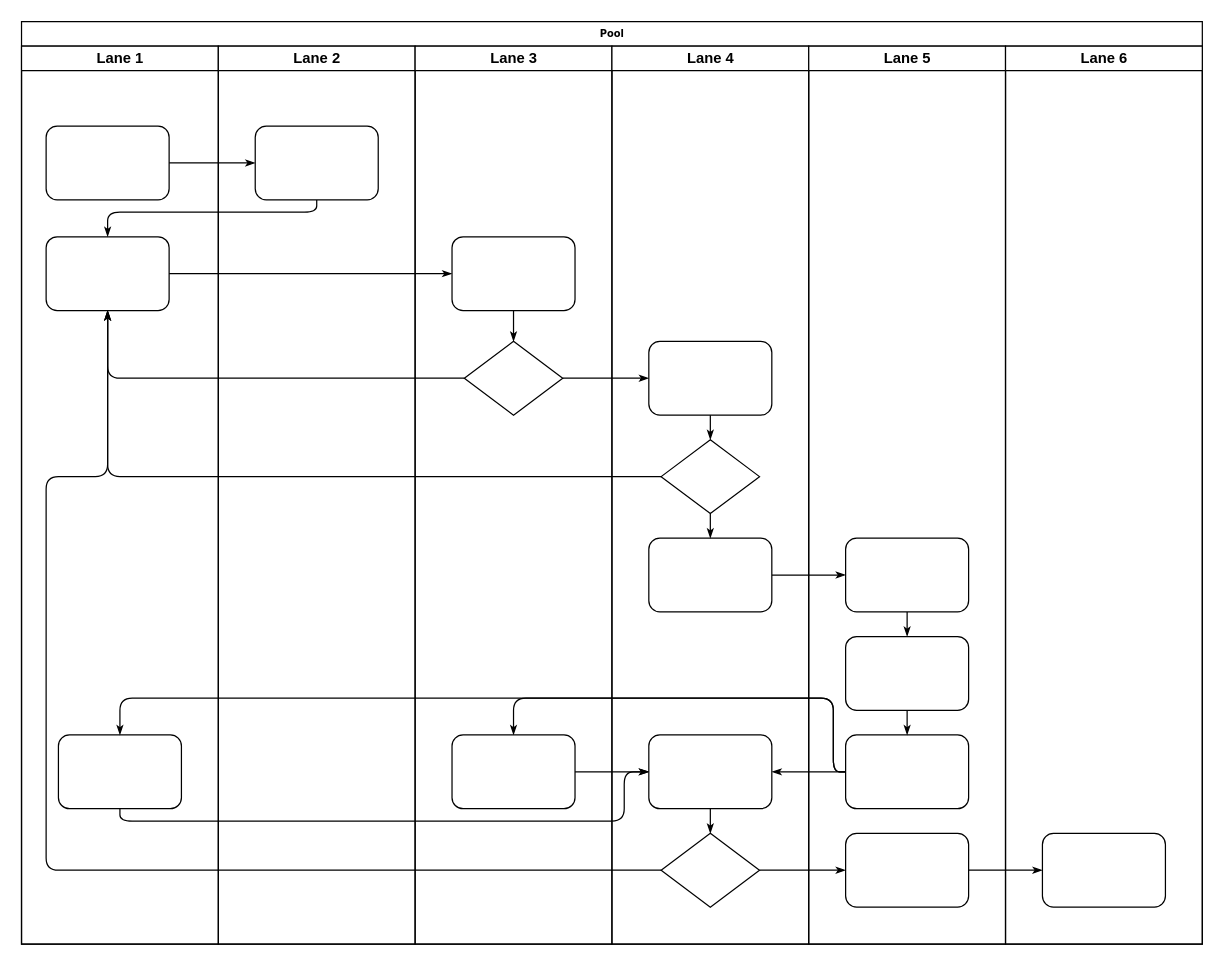
cjfff/diagrams keeps this draw.io diagram as timing-diagram/Untitled Diagram.drawio. Above is the earlier version. Source tidied: cells renumbered, new cells numbered last; positions are measured from the earlier drawing's top-left corner, leaving out a move shared by most shapes. Both pictures are drawn from the tidied source at 123%, with x=0, y=0 at pixel (21, 21).
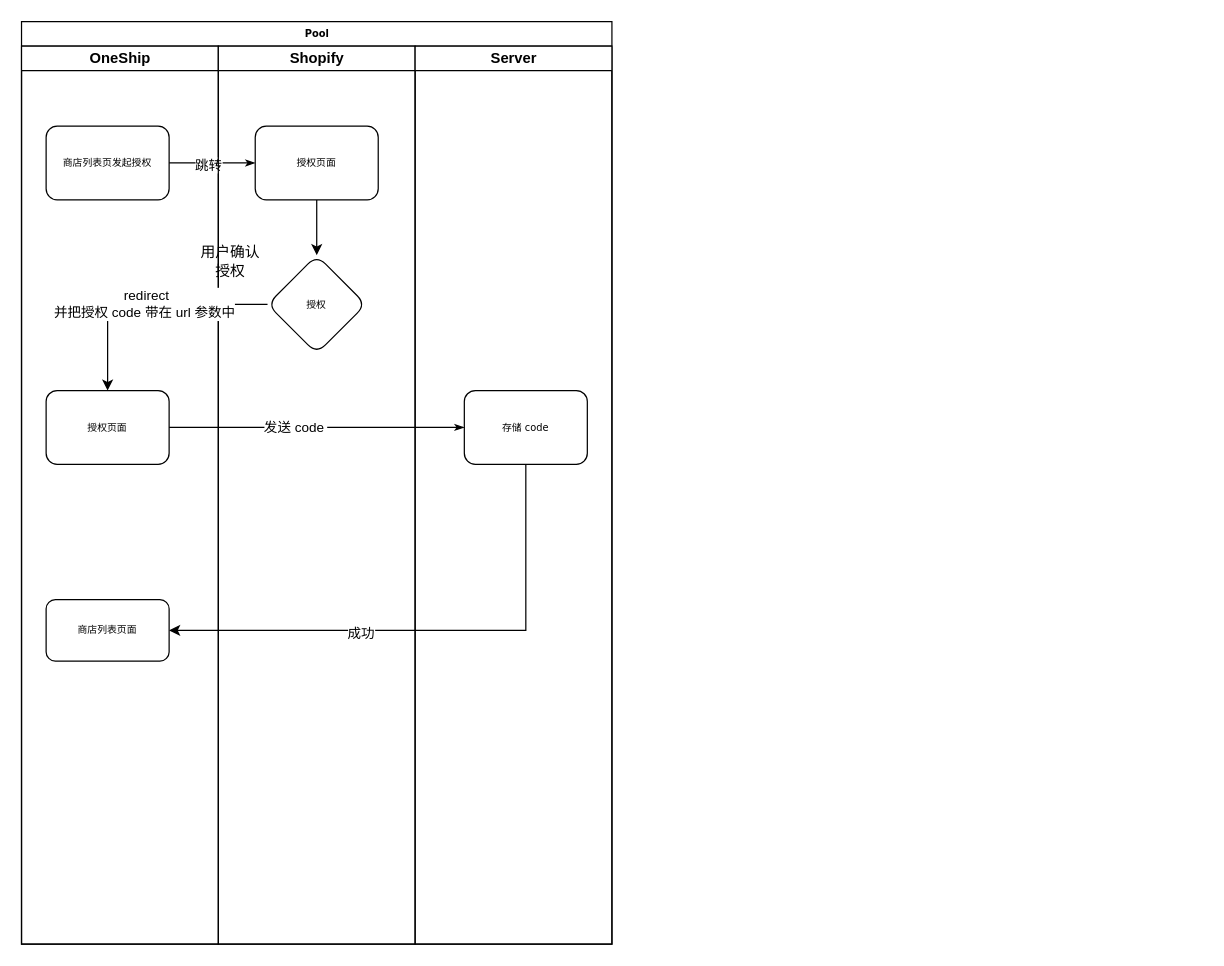
Above is the later version.

Commit message:
OneShipAuth2Shopify

Unchanged cells that the change refers to:
```xml
<mxCell id="7" style="edgeStyle=orthogonalEdgeStyle;rounded=1;html=1;labelBackgroundColor=none;startArrow=none;startFill=0;startSize=5;endArrow=classicThin;endFill=1;endSize=5;jettySize=auto;strokeWidth=1;fontFamily=Verdana;fontSize=8;" parent="2" edge="1" source="4" target="23">
  <mxGeometry relative="1" as="geometry" />
</mxCell>
<mxCell id="9" style="edgeStyle=orthogonalEdgeStyle;rounded=1;html=1;labelBackgroundColor=none;startArrow=none;startFill=0;startSize=5;endArrow=classicThin;endFill=1;endSize=5;jettySize=auto;strokeWidth=1;fontFamily=Verdana;fontSize=8;" parent="2" edge="1" source="5" target="25">
  <mxGeometry relative="1" as="geometry" />
</mxCell>
```

Change to the diagram source:
```diff
@@
     <mxCell id="2" value="Pool" style="swimlane;html=1;startSize=20;rounded=0;shadow=0;labelBackgroundColor=none;strokeWidth=1;fontFamily=Verdana;fontSize=8;align=center;" parent="1" vertex="1">
-      <mxGeometry width="960" height="750" as="geometry" />
+      <mxGeometry width="480" height="750" as="geometry" />
     </mxCell>
-    <mxCell id="3" value="Lane 1" style="swimlane;html=1;startSize=20;" parent="2" vertex="1">
+    <mxCell id="3" value="OneShip" style="swimlane;html=1;startSize=20;" parent="2" vertex="1">
       <mxGeometry y="20" width="160" height="730" as="geometry" />
     </mxCell>
-    <mxCell id="4" style="rounded=1;whiteSpace=wrap;html=1;shadow=0;labelBackgroundColor=none;strokeWidth=1;fontFamily=Verdana;fontSize=8;align=center;" parent="3" vertex="1">
+    <mxCell id="4" value="商店列表页发起授权" style="rounded=1;whiteSpace=wrap;html=1;shadow=0;labelBackgroundColor=none;strokeWidth=1;fontFamily=Verdana;fontSize=8;align=center;" parent="3" vertex="1">
       <mxGeometry x="20" y="65" width="100" height="60" as="geometry" />
     </mxCell>
-    <mxCell id="5" style="rounded=1;whiteSpace=wrap;html=1;shadow=0;labelBackgroundColor=none;strokeWidth=1;fontFamily=Verdana;fontSize=8;align=center;" parent="3" vertex="1">
-      <mxGeometry x="20" y="155" width="100" height="60" as="geometry" />
+    <mxCell id="5" value="授权页面" style="rounded=1;whiteSpace=wrap;html=1;shadow=0;labelBackgroundColor=none;strokeWidth=1;fontFamily=Verdana;fontSize=8;align=center;" parent="3" vertex="1">
+      <mxGeometry x="20" y="280" width="100" height="60" as="geometry" />
     </mxCell>
-    <mxCell id="6" style="rounded=1;whiteSpace=wrap;html=1;shadow=0;labelBackgroundColor=none;strokeWidth=1;fontFamily=Verdana;fontSize=8;align=center;" parent="3" vertex="1">
-      <mxGeometry x="30" y="560" width="100" height="60" as="geometry" />
-    </mxCell>
+    <mxCell id="47" value="商店列表页面" style="whiteSpace=wrap;html=1;rounded=1;shadow=0;fontFamily=Verdana;fontSize=8;strokeWidth=1;" parent="3" vertex="1">
+      <mxGeometry x="20" y="450" width="100" height="50" as="geometry" />
+    </mxCell>
@@
-    <mxCell id="8" style="edgeStyle=orthogonalEdgeStyle;rounded=1;html=1;labelBackgroundColor=none;startArrow=none;startFill=0;startSize=5;endArrow=classicThin;endFill=1;endSize=5;jettySize=auto;strokeWidth=1;fontFamily=Verdana;fontSize=8;" parent="2" edge="1" source="23" target="5">
-      <mxGeometry relative="1" as="geometry">
-        <Array as="points">
-          <mxPoint x="240" y="155" />
-          <mxPoint x="70" y="155" />
-        </Array>
-      </mxGeometry>
-    </mxCell>
+    <mxCell id="48" value="跳转" style="edgeLabel;html=1;align=center;verticalAlign=middle;" parent="7" vertex="1">
+      <mxGeometry x="-0.11" y="-1" relative="1" as="geometry" />
+    </mxCell>
@@
-    <mxCell id="10" style="edgeStyle=orthogonalEdgeStyle;rounded=1;html=1;labelBackgroundColor=none;startArrow=none;startFill=0;startSize=5;endArrow=classicThin;endFill=1;endSize=5;jettySize=auto;strokeWidth=1;fontFamily=Verdana;fontSize=8;" parent="2" edge="1" source="26" target="5">
-      <mxGeometry relative="1" as="geometry" />
-    </mxCell>
-    <mxCell id="11" style="edgeStyle=orthogonalEdgeStyle;rounded=1;html=1;labelBackgroundColor=none;startArrow=none;startFill=0;startSize=5;endArrow=classicThin;endFill=1;endSize=5;jettySize=auto;strokeWidth=1;fontFamily=Verdana;fontSize=8;" parent="2" edge="1" source="31" target="5">
-      <mxGeometry relative="1" as="geometry" />
-    </mxCell>
-    <mxCell id="12" style="edgeStyle=orthogonalEdgeStyle;rounded=1;html=1;labelBackgroundColor=none;startArrow=none;startFill=0;startSize=5;endArrow=classicThin;endFill=1;endSize=5;jettySize=auto;strokeWidth=1;fontFamily=Verdana;fontSize=8;" parent="2" edge="1" source="34" target="5">
-      <mxGeometry relative="1" as="geometry">
-        <Array as="points">
-          <mxPoint x="20" y="690" />
-          <mxPoint x="20" y="370" />
-          <mxPoint x="70" y="370" />
-        </Array>
-      </mxGeometry>
-    </mxCell>
-    <mxCell id="13" style="edgeStyle=orthogonalEdgeStyle;rounded=1;html=1;labelBackgroundColor=none;startArrow=none;startFill=0;startSize=5;endArrow=classicThin;endFill=1;endSize=5;jettySize=auto;strokeWidth=1;fontFamily=Verdana;fontSize=8;" parent="2" edge="1" source="26" target="30">
-      <mxGeometry relative="1" as="geometry" />
-    </mxCell>
-    <mxCell id="14" style="edgeStyle=orthogonalEdgeStyle;rounded=1;html=1;labelBackgroundColor=none;startArrow=none;startFill=0;startSize=5;endArrow=classicThin;endFill=1;endSize=5;jettySize=auto;strokeWidth=1;fontFamily=Verdana;fontSize=8;" parent="2" edge="1" source="34" target="42">
-      <mxGeometry relative="1" as="geometry" />
-    </mxCell>
-    <mxCell id="15" style="edgeStyle=orthogonalEdgeStyle;rounded=1;html=1;labelBackgroundColor=none;startArrow=none;startFill=0;startSize=5;endArrow=classicThin;endFill=1;endSize=5;jettySize=auto;strokeWidth=1;fontFamily=Verdana;fontSize=8;" parent="2" edge="1" source="42" target="46">
-      <mxGeometry relative="1" as="geometry" />
-    </mxCell>
-    <mxCell id="16" style="edgeStyle=orthogonalEdgeStyle;rounded=1;html=1;labelBackgroundColor=none;startArrow=none;startFill=0;startSize=5;endArrow=classicThin;endFill=1;endSize=5;jettySize=auto;strokeWidth=1;fontFamily=Verdana;fontSize=8;" parent="2" edge="1" source="32" target="39">
-      <mxGeometry relative="1" as="geometry" />
-    </mxCell>
-    <mxCell id="17" style="edgeStyle=orthogonalEdgeStyle;rounded=1;html=1;labelBackgroundColor=none;startArrow=none;startFill=0;startSize=5;endArrow=classicThin;endFill=1;endSize=5;jettySize=auto;strokeWidth=1;fontFamily=Verdana;fontSize=8;" parent="2" edge="1" source="41" target="27">
-      <mxGeometry relative="1" as="geometry">
-        <Array as="points">
-          <mxPoint x="660" y="610" />
-          <mxPoint x="660" y="550" />
-          <mxPoint x="400" y="550" />
-        </Array>
-      </mxGeometry>
-    </mxCell>
-    <mxCell id="18" style="edgeStyle=orthogonalEdgeStyle;rounded=1;html=1;labelBackgroundColor=none;startArrow=none;startFill=0;startSize=5;endArrow=classicThin;endFill=1;endSize=5;jettySize=auto;strokeColor=#000000;strokeWidth=1;fontFamily=Verdana;fontSize=8;fontColor=#000000;" parent="2" edge="1" source="41" target="33">
-      <mxGeometry relative="1" as="geometry" />
-    </mxCell>
-    <mxCell id="19" style="edgeStyle=orthogonalEdgeStyle;rounded=1;html=1;labelBackgroundColor=none;startArrow=none;startFill=0;startSize=5;endArrow=classicThin;endFill=1;endSize=5;jettySize=auto;strokeWidth=1;fontFamily=Verdana;fontSize=8;" parent="2" edge="1" source="41" target="6">
-      <mxGeometry relative="1" as="geometry">
-        <Array as="points">
-          <mxPoint x="660" y="610" />
-          <mxPoint x="660" y="550" />
-          <mxPoint x="80" y="550" />
-        </Array>
-      </mxGeometry>
-    </mxCell>
-    <mxCell id="20" style="edgeStyle=orthogonalEdgeStyle;rounded=1;html=1;labelBackgroundColor=none;startArrow=none;startFill=0;startSize=5;endArrow=classicThin;endFill=1;endSize=5;jettySize=auto;strokeWidth=1;fontFamily=Verdana;fontSize=8;" parent="2" edge="1" source="6" target="33">
-      <mxGeometry relative="1" as="geometry">
-        <Array as="points">
-          <mxPoint x="80" y="650" />
-          <mxPoint x="490" y="650" />
-          <mxPoint x="490" y="610" />
-        </Array>
-      </mxGeometry>
-    </mxCell>
-    <mxCell id="21" style="edgeStyle=orthogonalEdgeStyle;rounded=1;html=1;labelBackgroundColor=none;startArrow=none;startFill=0;startSize=5;endArrow=classicThin;endFill=1;endSize=5;jettySize=auto;strokeWidth=1;fontFamily=Verdana;fontSize=8;" parent="2" edge="1" source="27" target="33">
-      <mxGeometry relative="1" as="geometry" />
-    </mxCell>
+    <mxCell id="49" value="发送 code&amp;nbsp;" style="edgeLabel;html=1;align=center;verticalAlign=middle;" parent="9" vertex="1">
+      <mxGeometry x="-0.15" y="1" relative="1" as="geometry" />
+    </mxCell>
-    <mxCell id="22" value="Lane 2" style="swimlane;html=1;startSize=20;" parent="2" vertex="1">
+    <mxCell id="22" value="Shopify" style="swimlane;html=1;startSize=20;" parent="2" vertex="1">
       <mxGeometry x="160" y="20" width="160" height="730" as="geometry" />
     </mxCell>
-    <mxCell id="23" style="rounded=1;whiteSpace=wrap;html=1;shadow=0;labelBackgroundColor=none;strokeWidth=1;fontFamily=Verdana;fontSize=8;align=center;" parent="22" vertex="1">
+    <mxCell id="23" value="授权页面" style="rounded=1;whiteSpace=wrap;html=1;shadow=0;labelBackgroundColor=none;strokeWidth=1;fontFamily=Verdana;fontSize=8;align=center;" parent="22" vertex="1">
       <mxGeometry x="30" y="65" width="100" height="60" as="geometry" />
     </mxCell>
+    <mxCell id="50" value="授权" style="rhombus;whiteSpace=wrap;html=1;rounded=1;shadow=0;fontFamily=Verdana;fontSize=8;strokeWidth=1;" parent="22" vertex="1">
+      <mxGeometry x="40" y="170" width="80" height="80" as="geometry" />
+    </mxCell>
+    <mxCell id="51" style="edgeStyle=orthogonalEdgeStyle;rounded=0;jettySize=auto;html=1;" parent="22" edge="1" source="23" target="50">
+      <mxGeometry relative="1" as="geometry" />
+    </mxCell>
+    <mxCell id="52" value="用户确认授权" style="text;html=1;strokeColor=none;fillColor=none;align=center;verticalAlign=middle;whiteSpace=wrap;rounded=0;" parent="22" vertex="1">
+      <mxGeometry x="-20" y="160" width="60" height="30" as="geometry" />
+    </mxCell>
-    <mxCell id="24" value="Lane 3" style="swimlane;html=1;startSize=20;" parent="2" vertex="1">
+    <mxCell id="24" value="Server" style="swimlane;html=1;startSize=20;" parent="2" vertex="1">
       <mxGeometry x="320" y="20" width="160" height="730" as="geometry" />
     </mxCell>
-    <mxCell id="25" style="rounded=1;whiteSpace=wrap;html=1;shadow=0;labelBackgroundColor=none;strokeWidth=1;fontFamily=Verdana;fontSize=8;align=center;" parent="24" vertex="1">
-      <mxGeometry x="30" y="155" width="100" height="60" as="geometry" />
+    <mxCell id="25" value="存储 code" style="rounded=1;whiteSpace=wrap;html=1;shadow=0;labelBackgroundColor=none;strokeWidth=1;fontFamily=Verdana;fontSize=8;align=center;" parent="24" vertex="1">
+      <mxGeometry x="40" y="280" width="100" height="60" as="geometry" />
     </mxCell>
-    <mxCell id="26" style="rhombus;whiteSpace=wrap;html=1;rounded=0;shadow=0;labelBackgroundColor=none;strokeWidth=1;fontFamily=Verdana;fontSize=8;align=center;" parent="24" vertex="1">
-      <mxGeometry x="40" y="240" width="80" height="60" as="geometry" />
-    </mxCell>
-    <mxCell id="27" style="rounded=1;whiteSpace=wrap;html=1;shadow=0;labelBackgroundColor=none;strokeWidth=1;fontFamily=Verdana;fontSize=8;align=center;" parent="24" vertex="1">
-      <mxGeometry x="30" y="560" width="100" height="60" as="geometry" />
-    </mxCell>
-    <mxCell id="28" style="edgeStyle=orthogonalEdgeStyle;rounded=1;html=1;labelBackgroundColor=none;startArrow=none;startFill=0;startSize=5;endArrow=classicThin;endFill=1;endSize=5;jettySize=auto;strokeWidth=1;fontFamily=Verdana;fontSize=8;" parent="24" edge="1" source="25" target="26">
-      <mxGeometry relative="1" as="geometry" />
-    </mxCell>
-    <mxCell id="29" value="Lane 4" style="swimlane;html=1;startSize=20;" parent="2" vertex="1">
-      <mxGeometry x="480" y="20" width="160" height="730" as="geometry" />
-    </mxCell>
-    <mxCell id="30" style="rounded=1;whiteSpace=wrap;html=1;shadow=0;labelBackgroundColor=none;strokeWidth=1;fontFamily=Verdana;fontSize=8;align=center;" parent="29" vertex="1">
-      <mxGeometry x="30" y="240" width="100" height="60" as="geometry" />
-    </mxCell>
-    <mxCell id="31" style="rhombus;whiteSpace=wrap;html=1;rounded=0;shadow=0;labelBackgroundColor=none;strokeWidth=1;fontFamily=Verdana;fontSize=8;align=center;" parent="29" vertex="1">
-      <mxGeometry x="40" y="320" width="80" height="60" as="geometry" />
-    </mxCell>
-    <mxCell id="32" style="rounded=1;whiteSpace=wrap;html=1;shadow=0;labelBackgroundColor=none;strokeWidth=1;fontFamily=Verdana;fontSize=8;align=center;" parent="29" vertex="1">
-      <mxGeometry x="30" y="400" width="100" height="60" as="geometry" />
-    </mxCell>
-    <mxCell id="33" style="rounded=1;whiteSpace=wrap;html=1;shadow=0;labelBackgroundColor=none;strokeWidth=1;fontFamily=Verdana;fontSize=8;align=center;" parent="29" vertex="1">
-      <mxGeometry x="30" y="560" width="100" height="60" as="geometry" />
-    </mxCell>
-    <mxCell id="34" style="rhombus;whiteSpace=wrap;html=1;rounded=0;shadow=0;labelBackgroundColor=none;strokeWidth=1;fontFamily=Verdana;fontSize=8;align=center;" parent="29" vertex="1">
-      <mxGeometry x="40" y="640" width="80" height="60" as="geometry" />
-    </mxCell>
-    <mxCell id="35" style="edgeStyle=orthogonalEdgeStyle;rounded=1;html=1;labelBackgroundColor=none;startArrow=none;startFill=0;startSize=5;endArrow=classicThin;endFill=1;endSize=5;jettySize=auto;strokeColor=#000000;strokeWidth=1;fontFamily=Verdana;fontSize=8;fontColor=#000000;" parent="29" edge="1" source="30" target="31">
-      <mxGeometry relative="1" as="geometry" />
-    </mxCell>
-    <mxCell id="36" style="edgeStyle=orthogonalEdgeStyle;rounded=1;html=1;labelBackgroundColor=none;startArrow=none;startFill=0;startSize=5;endArrow=classicThin;endFill=1;endSize=5;jettySize=auto;strokeWidth=1;fontFamily=Verdana;fontSize=8;" parent="29" edge="1" source="31" target="32">
-      <mxGeometry relative="1" as="geometry" />
-    </mxCell>
-    <mxCell id="37" style="edgeStyle=orthogonalEdgeStyle;rounded=1;html=1;labelBackgroundColor=none;startArrow=none;startFill=0;startSize=5;endArrow=classicThin;endFill=1;endSize=5;jettySize=auto;strokeWidth=1;fontFamily=Verdana;fontSize=8;" parent="29" edge="1" source="33" target="34">
-      <mxGeometry relative="1" as="geometry" />
-    </mxCell>
-    <mxCell id="38" value="Lane 5" style="swimlane;html=1;startSize=20;" parent="2" vertex="1">
-      <mxGeometry x="640" y="20" width="160" height="730" as="geometry" />
-    </mxCell>
-    <mxCell id="39" style="rounded=1;whiteSpace=wrap;html=1;shadow=0;labelBackgroundColor=none;strokeWidth=1;fontFamily=Verdana;fontSize=8;align=center;" parent="38" vertex="1">
-      <mxGeometry x="30" y="400" width="100" height="60" as="geometry" />
-    </mxCell>
-    <mxCell id="40" style="rounded=1;whiteSpace=wrap;html=1;shadow=0;labelBackgroundColor=none;strokeWidth=1;fontFamily=Verdana;fontSize=8;align=center;" parent="38" vertex="1">
-      <mxGeometry x="30" y="480" width="100" height="60" as="geometry" />
-    </mxCell>
-    <mxCell id="41" style="rounded=1;whiteSpace=wrap;html=1;shadow=0;labelBackgroundColor=none;strokeWidth=1;fontFamily=Verdana;fontSize=8;align=center;" parent="38" vertex="1">
-      <mxGeometry x="30" y="560" width="100" height="60" as="geometry" />
-    </mxCell>
-    <mxCell id="42" style="rounded=1;whiteSpace=wrap;html=1;shadow=0;labelBackgroundColor=none;strokeWidth=1;fontFamily=Verdana;fontSize=8;align=center;" parent="38" vertex="1">
-      <mxGeometry x="30" y="640" width="100" height="60" as="geometry" />
-    </mxCell>
-    <mxCell id="43" style="edgeStyle=orthogonalEdgeStyle;rounded=1;html=1;labelBackgroundColor=none;startArrow=none;startFill=0;startSize=5;endArrow=classicThin;endFill=1;endSize=5;jettySize=auto;strokeWidth=1;fontFamily=Verdana;fontSize=8;" parent="38" edge="1" source="39" target="40">
-      <mxGeometry relative="1" as="geometry" />
-    </mxCell>
-    <mxCell id="44" style="edgeStyle=orthogonalEdgeStyle;rounded=1;html=1;labelBackgroundColor=none;startArrow=none;startFill=0;startSize=5;endArrow=classicThin;endFill=1;endSize=5;jettySize=auto;strokeWidth=1;fontFamily=Verdana;fontSize=8;" parent="38" edge="1" source="40" target="41">
-      <mxGeometry relative="1" as="geometry" />
-    </mxCell>
-    <mxCell id="45" value="Lane 6" style="swimlane;html=1;startSize=20;" parent="2" vertex="1">
-      <mxGeometry x="800" y="20" width="160" height="730" as="geometry" />
-    </mxCell>
-    <mxCell id="46" style="rounded=1;whiteSpace=wrap;html=1;shadow=0;labelBackgroundColor=none;strokeWidth=1;fontFamily=Verdana;fontSize=8;align=center;" parent="45" vertex="1">
-      <mxGeometry x="30" y="640" width="100" height="60" as="geometry" />
-    </mxCell>
+    <mxCell id="53" value="&amp;nbsp;redirect &lt;br&gt;并把授权 code 带在 url 参数中" style="edgeStyle=orthogonalEdgeStyle;rounded=0;jettySize=auto;html=1;exitX=0;exitY=0.5;exitDx=0;exitDy=0;" parent="2" edge="1" source="50" target="5">
+      <mxGeometry relative="1" as="geometry" />
+    </mxCell>
+    <mxCell id="54" style="edgeStyle=orthogonalEdgeStyle;rounded=0;jettySize=auto;html=1;exitX=0.5;exitY=1;exitDx=0;exitDy=0;entryX=1;entryY=0.5;entryDx=0;entryDy=0;" parent="2" edge="1" source="25" target="47">
+      <mxGeometry relative="1" as="geometry" />
+    </mxCell>
+    <mxCell id="55" value="成功" style="edgeLabel;html=1;align=center;verticalAlign=middle;" parent="54" vertex="1">
+      <mxGeometry x="0.27" y="2" relative="1" as="geometry" />
+    </mxCell>
```
